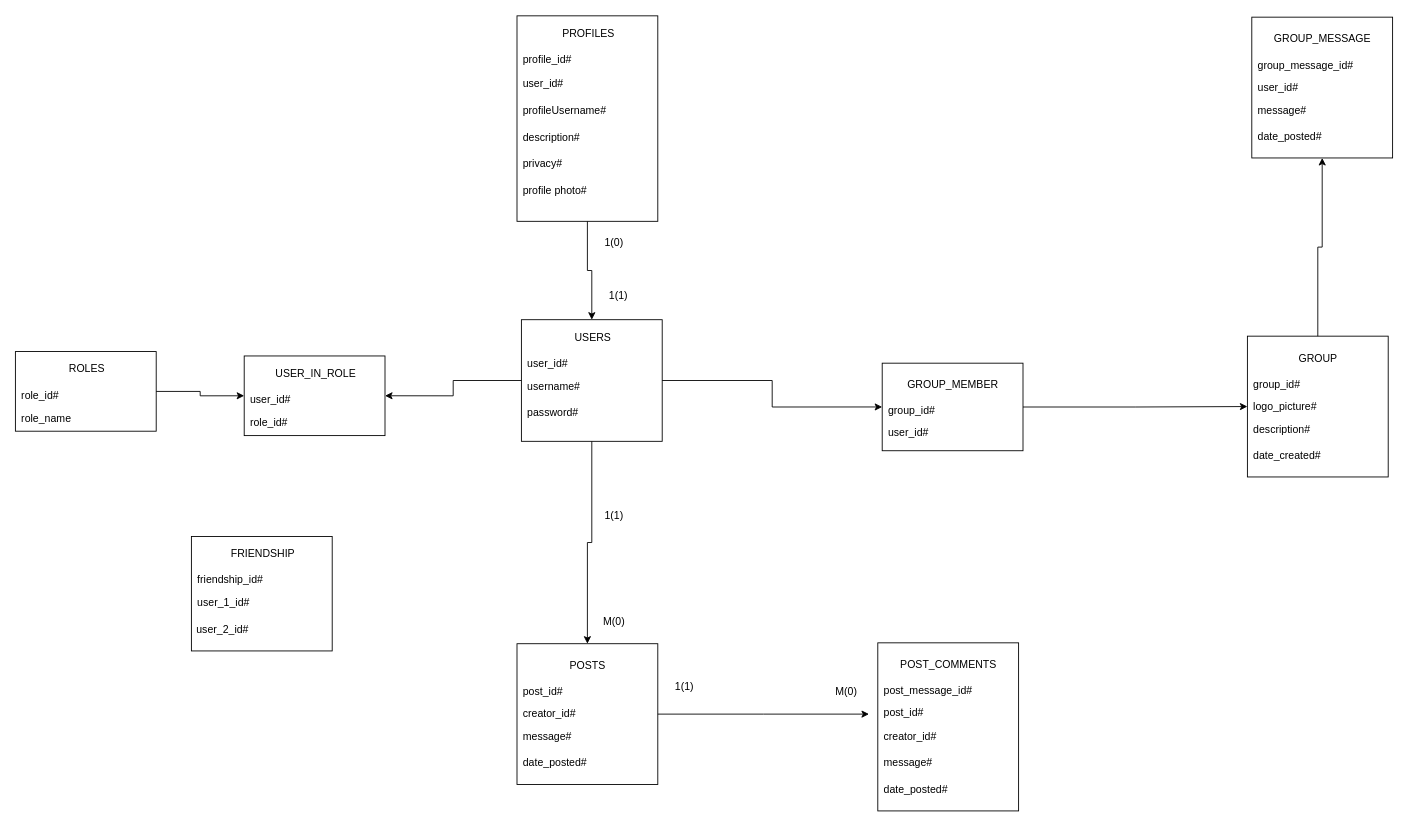
Before: BD.drawio in ProiecteFacultate/Proiect_ASP, a draw.io diagram. Source tidied: cells renumbered, new cells numbered last; positions are measured from the earlier drawing's top-left corner, leaving out a move shared by most shapes. Both pictures are drawn from the tidied source at 88%, with x=0, y=0 at pixel (15, 15).
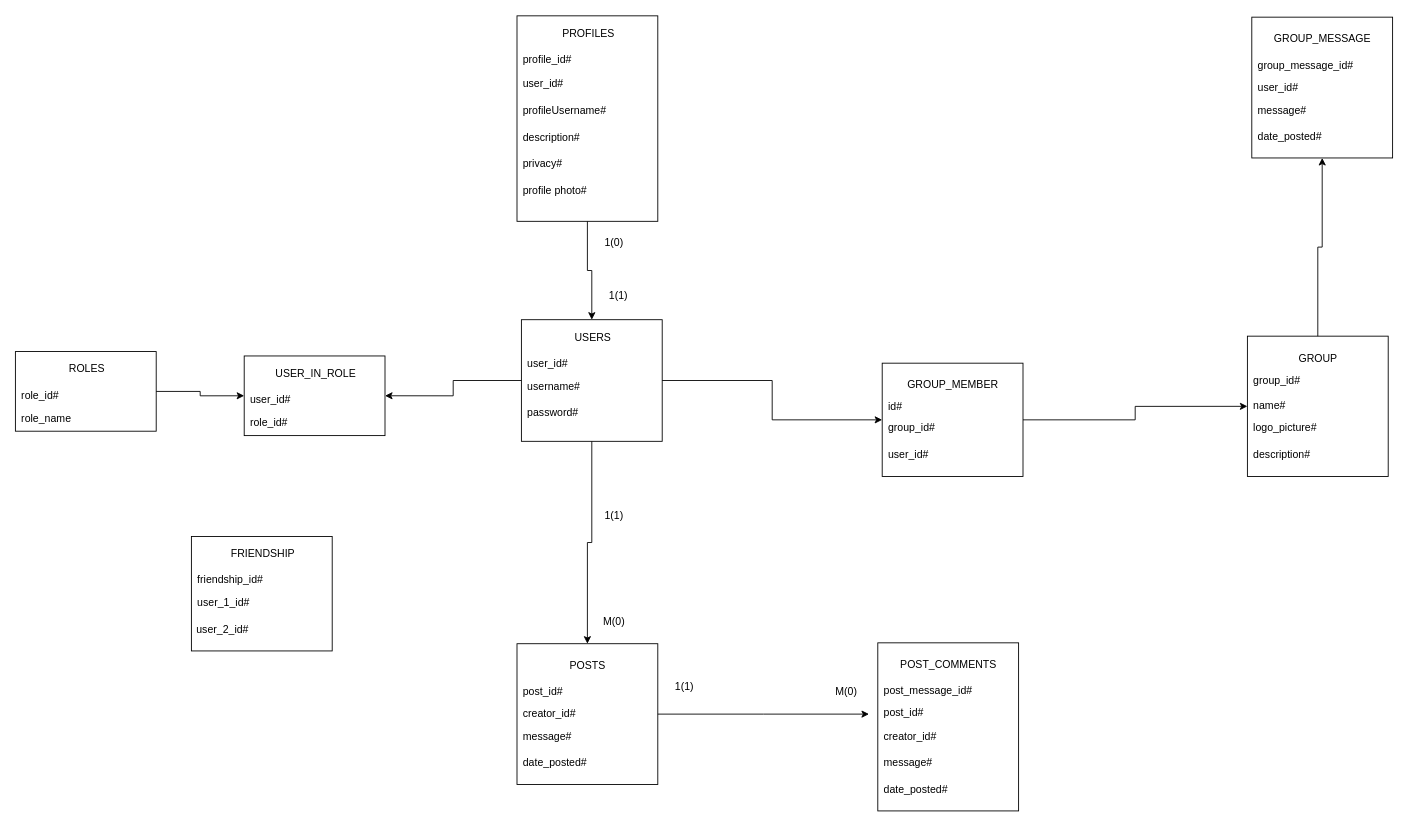
The same page after the edit.

Diff of the diagram source:
```diff
@@
     <mxCell id="36" style="rounded=0;whiteSpace=wrap;html=1;fillColor=none;" parent="1" vertex="1">
-      <mxGeometry x="1400" y="364.5" width="160" height="160" as="geometry" />
+      <mxGeometry x="1400" y="364.5" width="160" height="159.5" as="geometry" />
     </mxCell>
@@
     <mxCell id="38" value="logo_picture#" style="text;html=1;align=left;verticalAlign=middle;fillColor=none;strokeColor=none;rounded=0;" parent="1" vertex="1">
-      <mxGeometry x="1405" y="429.5" width="100" height="30" as="geometry" />
+      <mxGeometry x="1405" y="454" width="100" height="30" as="geometry" />
     </mxCell>
     <mxCell id="39" value="description#" style="text;html=1;align=left;verticalAlign=middle;fillColor=none;strokeColor=none;rounded=0;" parent="1" vertex="1">
-      <mxGeometry x="1405" y="455.5" width="90" height="30" as="geometry" />
+      <mxGeometry x="1405" y="484" width="90" height="30" as="geometry" />
     </mxCell>
@@
     <mxCell id="41" value="group_id#" style="text;html=1;align=left;verticalAlign=middle;fillColor=none;strokeColor=none;rounded=0;" parent="1" vertex="1">
-      <mxGeometry x="1405" y="404.5" width="80" height="30" as="geometry" />
+      <mxGeometry x="1405" y="399.5" width="80" height="30" as="geometry" />
     </mxCell>
-    <mxCell id="42" value="date_created#" style="text;html=1;align=left;verticalAlign=middle;fillColor=none;strokeColor=none;rounded=0;" parent="1" vertex="1">
-      <mxGeometry x="1405" y="485.5" width="100" height="30" as="geometry" />
-    </mxCell>
@@
     <mxCell id="44" style="rounded=0;whiteSpace=wrap;html=1;fillColor=none;" parent="1" vertex="1">
-      <mxGeometry x="985" y="395.2" width="160" height="99.5" as="geometry" />
+      <mxGeometry x="985" y="395.2" width="160" height="128.8" as="geometry" />
     </mxCell>
@@
     <mxCell id="46" value="user_id#" style="text;html=1;align=left;verticalAlign=middle;fillColor=none;strokeColor=none;rounded=0;" parent="1" vertex="1">
-      <mxGeometry x="990" y="460.2" width="70" height="30" as="geometry" />
+      <mxGeometry x="990" y="484" width="70" height="30" as="geometry" />
     </mxCell>
@@
     <mxCell id="48" value="group_id#" style="text;html=1;align=left;verticalAlign=middle;fillColor=none;strokeColor=none;rounded=0;" parent="1" vertex="1">
-      <mxGeometry x="990" y="435.2" width="80" height="30" as="geometry" />
+      <mxGeometry x="990" y="454" width="80" height="30" as="geometry" />
     </mxCell>
@@
+    <mxCell id="80" value="id#" style="text;html=1;align=left;verticalAlign=middle;fillColor=none;strokeColor=none;rounded=0;" parent="1" vertex="1">
+      <mxGeometry x="990" y="429.5" width="40" height="30" as="geometry" />
+    </mxCell>
+    <mxCell id="81" value="name#" style="text;html=1;align=left;verticalAlign=middle;fillColor=none;strokeColor=none;rounded=0;" parent="1" vertex="1">
+      <mxGeometry x="1405" y="429.2" width="60" height="30" as="geometry" />
+    </mxCell>
```
